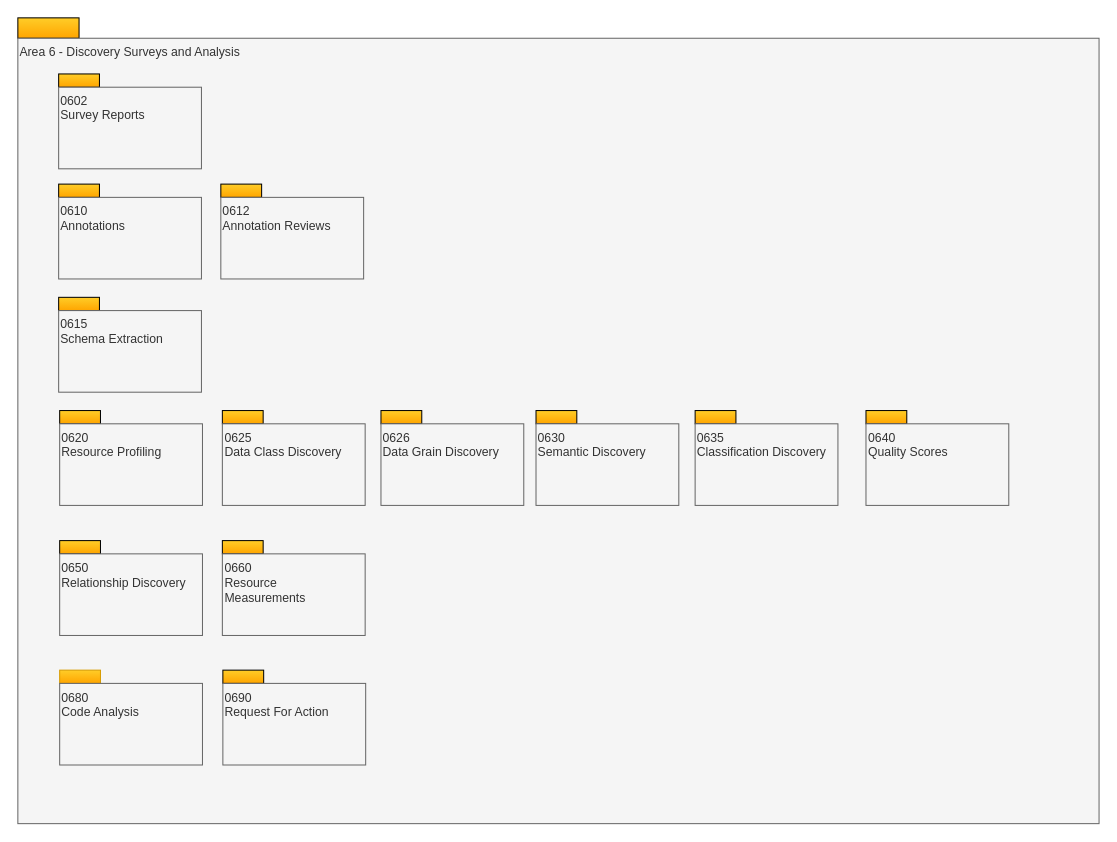
Earlier version of the draw.io diagram page "overview" (1 of 16) of site/docs/types/6/area-6-discovery.drawio (odpi/egeria-docs). Source tidied: cells renumbered, new cells numbered last; positions are measured from the earlier drawing's top-left corner, leaving out a move shared by most shapes. Both pictures are drawn from the tidied source at 102%, with x=0, y=0 at pixel (17, 17).
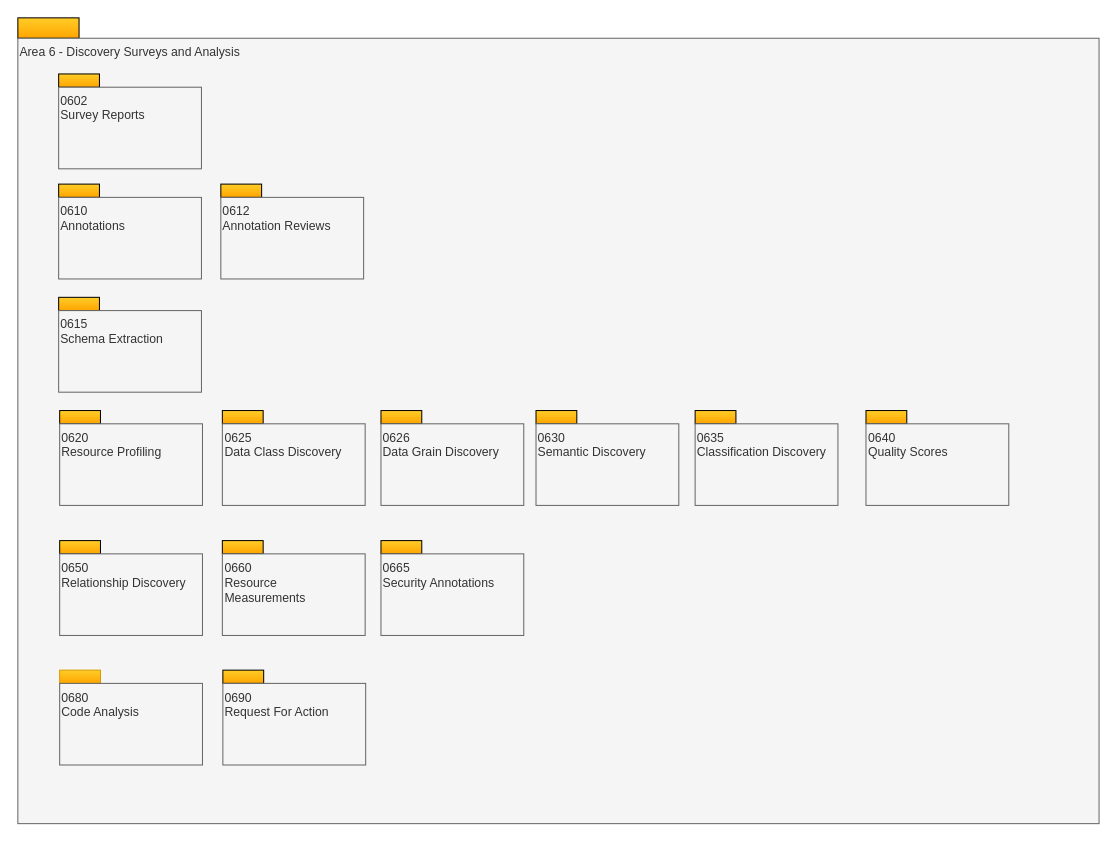
The same page after the edit.

Change to the diagram source:
```diff
@@
+    <mxCell id="32" style="rounded=0;whiteSpace=wrap;html=1;align=left;fillColor=#ffcd28;strokeColor=#000000;gradientColor=#ffa500;" parent="1" vertex="1">
+      <mxGeometry x="356" y="512.5" width="40" height="13" as="geometry" />
+    </mxCell>
+    <mxCell id="33" value="0665&lt;br&gt;Security Annotations" style="rounded=0;whiteSpace=wrap;html=1;align=left;verticalAlign=top;fillColor=#f5f5f5;fontColor=#333333;strokeColor=#666666;" parent="1" vertex="1">
+      <mxGeometry x="356" y="525.5" width="140" height="80" as="geometry" />
+    </mxCell>
```
